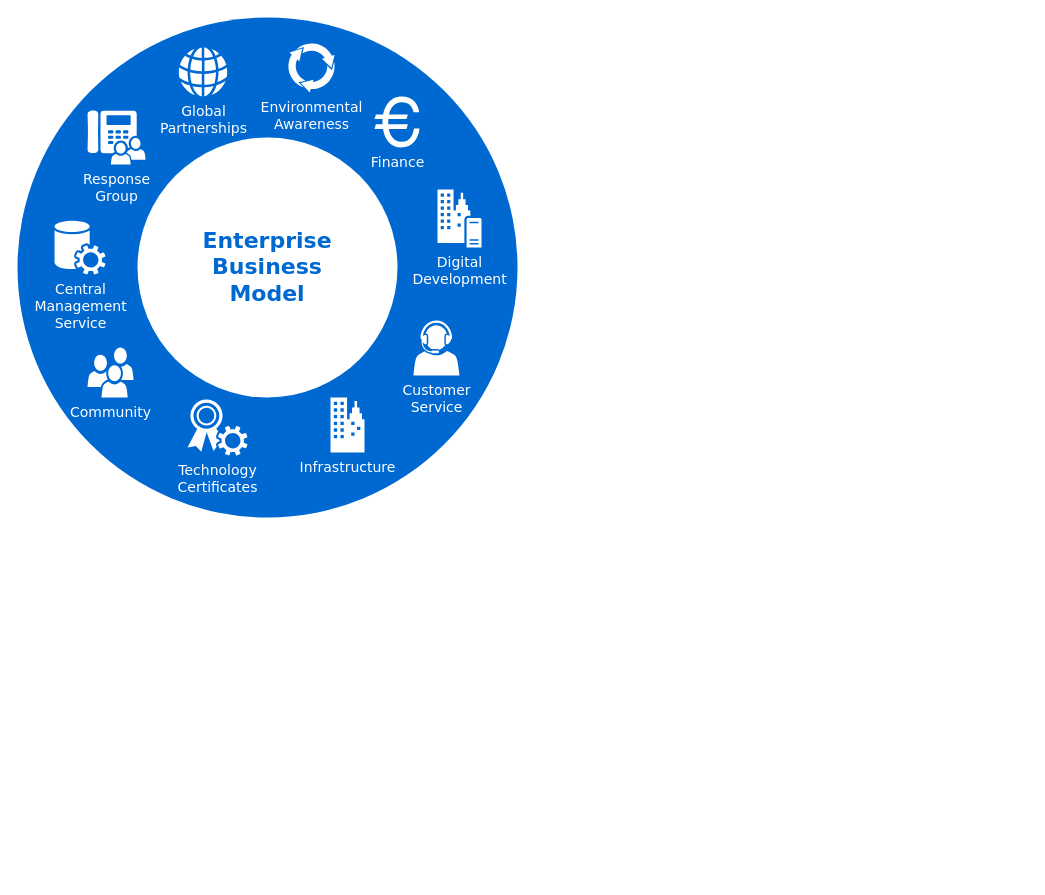
hustpawpaw/charts keeps this draw.io diagram as Untitled Diagram.drawio. Above is the earlier version. Source tidied: cells renumbered, new cells numbered last; positions are measured from the earlier drawing's top-left corner, leaving out a move shared by most shapes. Both pictures are drawn from the tidied source at 100%, with x=0, y=0 at pixel (17, 17).
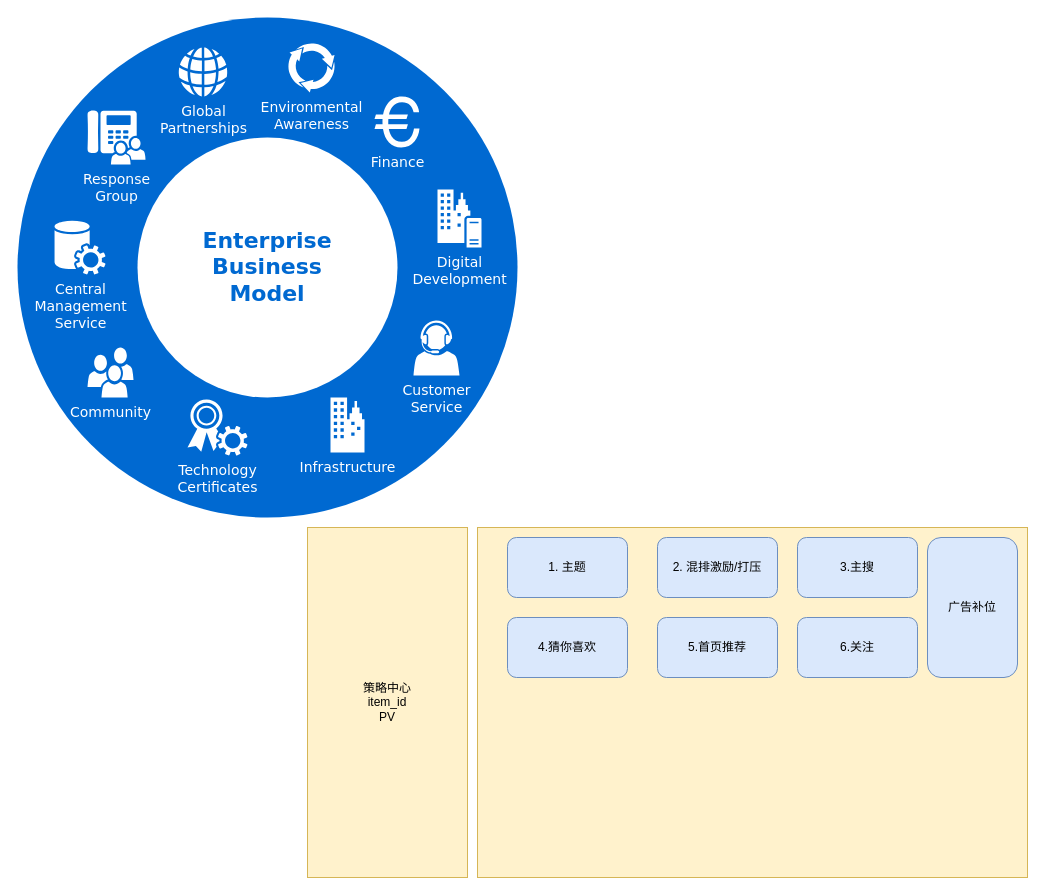
The same diagram, later.

What changed in the source:
```diff
@@
+    <mxCell id="14" style="rounded=0;whiteSpace=wrap;html=1;fillColor=#dae8fc;strokeColor=#6c8ebf;" parent="1" vertex="1">
+      <mxGeometry x="500" y="540" width="120" height="60" as="geometry" />
+    </mxCell>
+    <mxCell id="15" style="rounded=0;whiteSpace=wrap;html=1;fillColor=#fff2cc;strokeColor=#d6b656;" parent="1" vertex="1">
+      <mxGeometry x="460" y="510" width="550" height="350" as="geometry" />
+    </mxCell>
+    <mxCell id="16" value="1. 主题" style="rounded=1;whiteSpace=wrap;html=1;fillColor=#dae8fc;strokeColor=#6c8ebf;" parent="1" vertex="1">
+      <mxGeometry x="490" y="520" width="120" height="60" as="geometry" />
+    </mxCell>
+    <mxCell id="17" value="2. 混排激励/打压" style="rounded=1;whiteSpace=wrap;html=1;fillColor=#dae8fc;strokeColor=#6c8ebf;" parent="1" vertex="1">
+      <mxGeometry x="640" y="520" width="120" height="60" as="geometry" />
+    </mxCell>
+    <mxCell id="18" value="3.主搜" style="rounded=1;whiteSpace=wrap;html=1;fillColor=#dae8fc;strokeColor=#6c8ebf;" parent="1" vertex="1">
+      <mxGeometry x="780" y="520" width="120" height="60" as="geometry" />
+    </mxCell>
+    <mxCell id="19" value="4.猜你喜欢" style="rounded=1;whiteSpace=wrap;html=1;fillColor=#dae8fc;strokeColor=#6c8ebf;" parent="1" vertex="1">
+      <mxGeometry x="490" y="600" width="120" height="60" as="geometry" />
+    </mxCell>
+    <mxCell id="20" value="5.首页推荐" style="rounded=1;whiteSpace=wrap;html=1;fillColor=#dae8fc;strokeColor=#6c8ebf;" parent="1" vertex="1">
+      <mxGeometry x="640" y="600" width="120" height="60" as="geometry" />
+    </mxCell>
+    <mxCell id="21" value="6.关注" style="rounded=1;whiteSpace=wrap;html=1;fillColor=#dae8fc;strokeColor=#6c8ebf;" parent="1" vertex="1">
+      <mxGeometry x="780" y="600" width="120" height="60" as="geometry" />
+    </mxCell>
+    <mxCell id="22" value="策略中心&lt;br&gt;item_id&lt;br&gt;PV&lt;br&gt;" style="rounded=0;whiteSpace=wrap;html=1;fillColor=#fff2cc;strokeColor=#d6b656;" parent="1" vertex="1">
+      <mxGeometry x="290" y="510" width="160" height="350" as="geometry" />
+    </mxCell>
+    <mxCell id="23" value="广告补位" style="rounded=1;whiteSpace=wrap;html=1;fillColor=#dae8fc;strokeColor=#6c8ebf;" parent="1" vertex="1">
+      <mxGeometry x="910" y="520" width="90" height="140" as="geometry" />
+    </mxCell>
```
